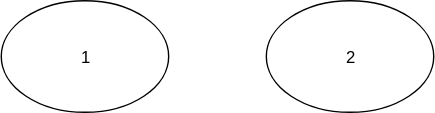
Above: Diagram/diagram.svg in alderg/sandbox (draw.io), before the change. Source tidied: cells renumbered, new cells last; positions are measured from the earlier drawing's top-left corner, leaving out a move shared by most shapes.
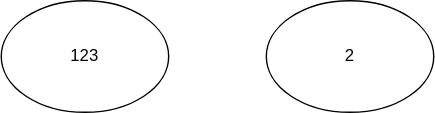
After the change.

The edit, as a diff of the source:
```diff
@@ -2,7 +2,7 @@
   <root>
     <mxCell id="0" />
     <mxCell id="1" parent="0" />
-    <mxCell id="2" value="1" style="ellipse;whiteSpace=wrap;html=1;fillColor=none;" parent="1" vertex="1">
+    <mxCell id="2" value="123" style="ellipse;whiteSpace=wrap;html=1;fillColor=none;" parent="1" vertex="1">
       <mxGeometry width="120" height="80" as="geometry" />
     </mxCell>
     <mxCell id="3" value="2" style="ellipse;whiteSpace=wrap;html=1;fillColor=none;" parent="1" vertex="1">
```
